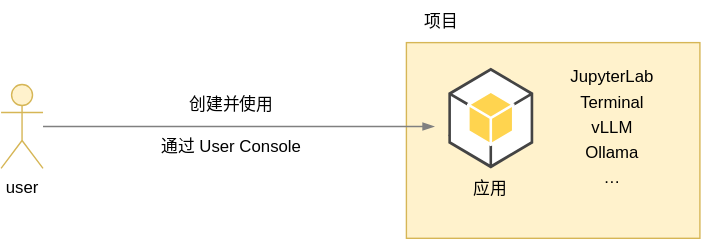
t9k/ucman keeps this draw.io diagram as src/assets/overview/use-user-console.drawio.svg. Above is the earlier version. Source tidied: cells renumbered, new cells last; positions are measured from the earlier drawing's top-left corner, leaving out a move shared by most shapes. The source it was exported from:
```xml
<mxGraphModel>
  <root>
    <mxCell id="0" />
    <mxCell id="1" parent="0" />
    <mxCell id="2" style="rounded=0;whiteSpace=wrap;html=1;fillColor=#fff2cc;strokeColor=#d6b656;" parent="1" vertex="1">
      <mxGeometry x="290" y="30" width="210" height="140" as="geometry" />
    </mxCell>
    <mxCell id="3" value="通过 User Console" style="text;html=1;strokeColor=none;fillColor=none;align=center;verticalAlign=middle;whiteSpace=wrap;rounded=0;" parent="1" vertex="1">
      <mxGeometry x="110" y="90" width="110" height="30" as="geometry" />
    </mxCell>
    <mxCell id="4" value="&lt;p style=&quot;line-height: 50%;&quot;&gt;JupyterLab&lt;/p&gt;&lt;p style=&quot;line-height: 50%;&quot;&gt;Terminal&lt;/p&gt;&lt;p style=&quot;line-height: 50%;&quot;&gt;vLLM&lt;/p&gt;&lt;p style=&quot;line-height: 50%;&quot;&gt;&lt;span style=&quot;background-color: initial;&quot;&gt;Ollama&lt;/span&gt;&lt;/p&gt;&lt;p style=&quot;line-height: 50%;&quot;&gt;…&lt;/p&gt;" style="text;html=1;strokeColor=none;fillColor=none;align=center;verticalAlign=middle;whiteSpace=wrap;rounded=0;" parent="1" vertex="1">
      <mxGeometry x="405" y="40" width="65" height="100" as="geometry" />
    </mxCell>
    <mxCell id="5" value="创建并使用" style="text;html=1;strokeColor=none;fillColor=none;align=center;verticalAlign=middle;whiteSpace=wrap;rounded=0;" parent="1" vertex="1">
      <mxGeometry x="130" y="60" width="70" height="30" as="geometry" />
    </mxCell>
    <mxCell id="6" value="应用" style="text;html=1;strokeColor=none;fillColor=none;align=center;verticalAlign=middle;whiteSpace=wrap;rounded=0;" parent="1" vertex="1">
      <mxGeometry x="320" y="120" width="60" height="30" as="geometry" />
    </mxCell>
    <mxCell id="7" value="项目" style="text;html=1;strokeColor=none;fillColor=none;align=center;verticalAlign=middle;whiteSpace=wrap;rounded=0;" parent="1" vertex="1">
      <mxGeometry x="290" width="50" height="30" as="geometry" />
    </mxCell>
    <mxCell id="8" style="edgeStyle=none;html=1;entryX=0.005;entryY=0.63;entryDx=0;entryDy=0;fontColor=#FFFFFF;entryPerimeter=0;strokeColor=#808080;startArrow=none;" parent="1" edge="1" source="11">
      <mxGeometry relative="1" as="geometry">
        <mxPoint x="335.2" y="90.2" as="targetPoint" />
      </mxGeometry>
    </mxCell>
    <mxCell id="9" value="user" style="shape=umlActor;verticalLabelPosition=bottom;verticalAlign=top;html=1;outlineConnect=0;fillColor=#fff2cc;strokeColor=#d6b656;strokeWidth=1;" parent="1" vertex="1">
      <mxGeometry y="60" width="30" height="60" as="geometry" />
    </mxCell>
    <mxCell id="10" style="edgeStyle=none;html=1;fontColor=#FFFFFF;strokeColor=#808080;endArrow=blockThin;endFill=1;" parent="1" edge="1" source="9">
      <mxGeometry relative="1" as="geometry">
        <mxPoint x="310" y="90" as="targetPoint" />
      </mxGeometry>
    </mxCell>
    <mxCell id="11" style="outlineConnect=0;dashed=0;verticalLabelPosition=bottom;verticalAlign=top;align=center;html=1;shape=mxgraph.aws3.android;fillColor=#FFD44F;gradientColor=none;" parent="1" vertex="1">
      <mxGeometry x="320" y="48" width="60.8" height="72" as="geometry" />
    </mxCell>
  </root>
</mxGraphModel>
```
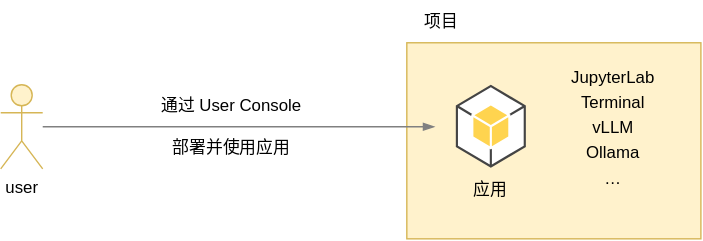
Above is the later version.

Change to the diagram source:
```diff
@@ -6,13 +6,13 @@
       <mxGeometry x="290" y="30" width="210" height="140" as="geometry" />
     </mxCell>
     <mxCell id="3" value="通过 User Console" style="text;html=1;strokeColor=none;fillColor=none;align=center;verticalAlign=middle;whiteSpace=wrap;rounded=0;" parent="1" vertex="1">
-      <mxGeometry x="110" y="90" width="110" height="30" as="geometry" />
+      <mxGeometry x="110" y="60" width="110" height="30" as="geometry" />
     </mxCell>
     <mxCell id="4" value="&lt;p style=&quot;line-height: 50%;&quot;&gt;JupyterLab&lt;/p&gt;&lt;p style=&quot;line-height: 50%;&quot;&gt;Terminal&lt;/p&gt;&lt;p style=&quot;line-height: 50%;&quot;&gt;vLLM&lt;/p&gt;&lt;p style=&quot;line-height: 50%;&quot;&gt;&lt;span style=&quot;background-color: initial;&quot;&gt;Ollama&lt;/span&gt;&lt;/p&gt;&lt;p style=&quot;line-height: 50%;&quot;&gt;…&lt;/p&gt;" style="text;html=1;strokeColor=none;fillColor=none;align=center;verticalAlign=middle;whiteSpace=wrap;rounded=0;" parent="1" vertex="1">
       <mxGeometry x="405" y="40" width="65" height="100" as="geometry" />
     </mxCell>
-    <mxCell id="5" value="创建并使用" style="text;html=1;strokeColor=none;fillColor=none;align=center;verticalAlign=middle;whiteSpace=wrap;rounded=0;" parent="1" vertex="1">
-      <mxGeometry x="130" y="60" width="70" height="30" as="geometry" />
+    <mxCell id="5" value="部署并使用应用" style="text;html=1;strokeColor=none;fillColor=none;align=center;verticalAlign=middle;whiteSpace=wrap;rounded=0;" parent="1" vertex="1">
+      <mxGeometry x="120" y="90" width="90" height="30" as="geometry" />
     </mxCell>
     <mxCell id="6" value="应用" style="text;html=1;strokeColor=none;fillColor=none;align=center;verticalAlign=middle;whiteSpace=wrap;rounded=0;" parent="1" vertex="1">
       <mxGeometry x="320" y="120" width="60" height="30" as="geometry" />
@@ -20,11 +20,6 @@
     <mxCell id="7" value="项目" style="text;html=1;strokeColor=none;fillColor=none;align=center;verticalAlign=middle;whiteSpace=wrap;rounded=0;" parent="1" vertex="1">
       <mxGeometry x="290" width="50" height="30" as="geometry" />
     </mxCell>
-    <mxCell id="8" style="edgeStyle=none;html=1;entryX=0.005;entryY=0.63;entryDx=0;entryDy=0;fontColor=#FFFFFF;entryPerimeter=0;strokeColor=#808080;startArrow=none;" parent="1" edge="1" source="11">
-      <mxGeometry relative="1" as="geometry">
-        <mxPoint x="335.2" y="90.2" as="targetPoint" />
-      </mxGeometry>
-    </mxCell>
     <mxCell id="9" value="user" style="shape=umlActor;verticalLabelPosition=bottom;verticalAlign=top;html=1;outlineConnect=0;fillColor=#fff2cc;strokeColor=#d6b656;strokeWidth=1;" parent="1" vertex="1">
       <mxGeometry y="60" width="30" height="60" as="geometry" />
     </mxCell>
@@ -34,7 +29,7 @@
       </mxGeometry>
     </mxCell>
     <mxCell id="11" style="outlineConnect=0;dashed=0;verticalLabelPosition=bottom;verticalAlign=top;align=center;html=1;shape=mxgraph.aws3.android;fillColor=#FFD44F;gradientColor=none;" parent="1" vertex="1">
-      <mxGeometry x="320" y="48" width="60.8" height="72" as="geometry" />
+      <mxGeometry x="325" y="60" width="50" height="59.3" as="geometry" />
     </mxCell>
   </root>
 </mxGraphModel>
```
